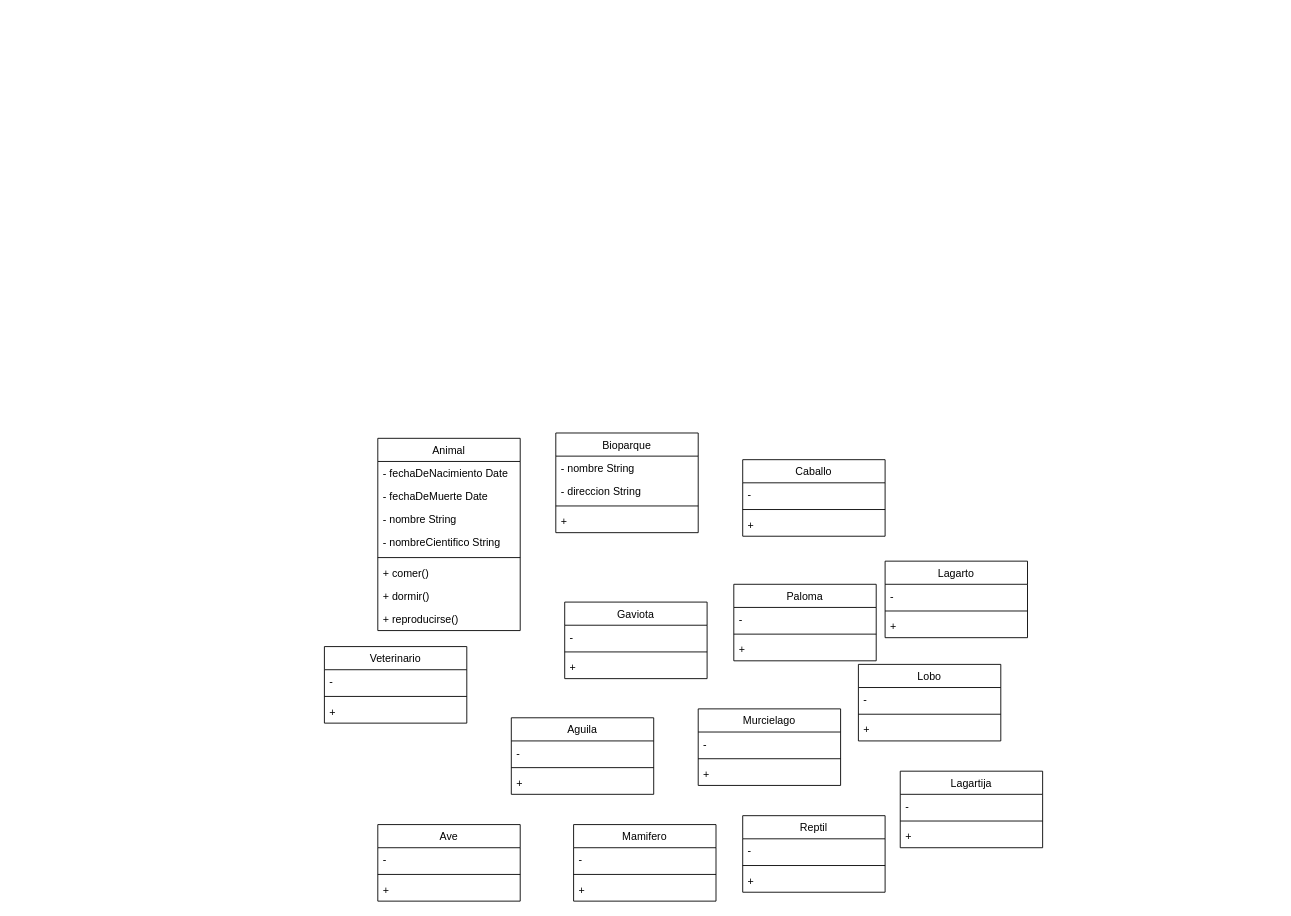
Above: Ej03-Bioparque.drawio in vimartinez/IntroduccionPOO-67954 (draw.io), before the change. Source tidied: cells renumbered, new cells numbered last; positions are measured from the earlier drawing's top-left corner, leaving out a move shared by most shapes. Both pictures are drawn from the tidied source at 89%, with x=0, y=0 at pixel (324, 433).
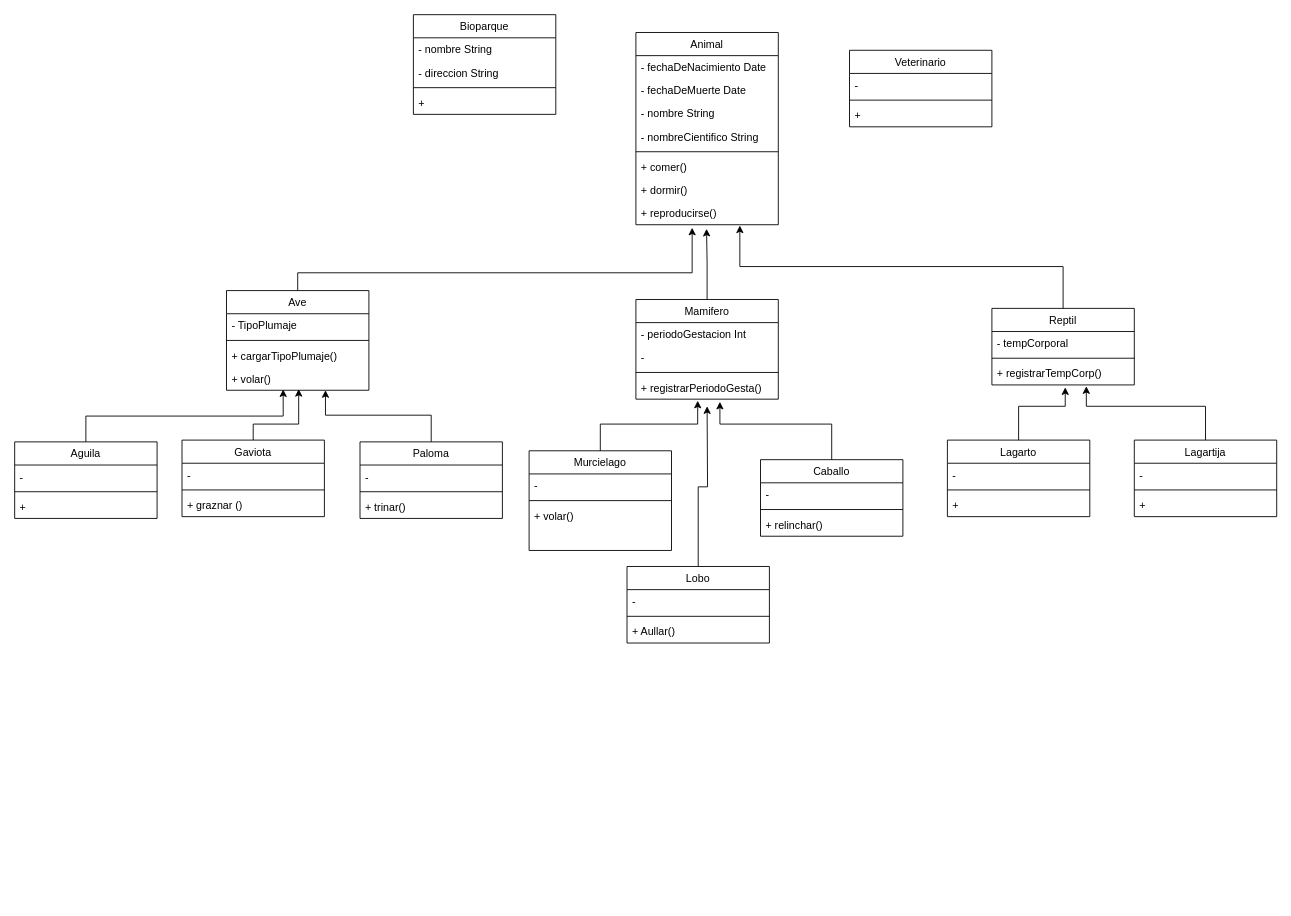
The same diagram, later.

Unchanged cells that the change refers to:
```xml
<mxCell id="10" value="+ reproducirse()" style="text;align=left;verticalAlign=top;spacingLeft=4;spacingRight=4;overflow=hidden;points=[[0,0.5],[1,0.5]];portConstraint=eastwest;" parent="2" vertex="1">
  <mxGeometry y="190" width="160" height="26" as="geometry" />
</mxCell>
```

What changed in the source:
```diff
@@
     <mxCell id="2" value="Animal" style="swimlane;fontStyle=0;align=center;verticalAlign=top;horizontal=1;startSize=26;rounded=0;shadow=0;strokeWidth=1;" parent="1" vertex="1">
-      <mxGeometry x="60" y="6" width="160" height="216" as="geometry" />
+      <mxGeometry x="350" y="-450" width="160" height="216" as="geometry" />
     </mxCell>
@@
     <mxCell id="11" value="Bioparque" style="swimlane;fontStyle=0;align=center;verticalAlign=top;horizontal=1;startSize=26;rounded=0;shadow=0;strokeWidth=1;" parent="1" vertex="1">
-      <mxGeometry x="260" width="160" height="112" as="geometry" />
+      <mxGeometry x="100" y="-470" width="160" height="112" as="geometry" />
     </mxCell>
@@
     <mxCell id="16" value="Veterinario" style="swimlane;fontStyle=0;align=center;verticalAlign=top;horizontal=1;startSize=26;rounded=0;shadow=0;strokeWidth=1;" parent="1" vertex="1">
-      <mxGeometry y="240" width="160" height="86" as="geometry" />
+      <mxGeometry x="590" y="-430" width="160" height="86" as="geometry" />
     </mxCell>
@@
+    <mxCell id="64" style="edgeStyle=orthogonalEdgeStyle;rounded=0;jettySize=auto;html=1;entryX=0.507;entryY=0.947;entryDx=0;entryDy=0;entryPerimeter=0;" parent="1" edge="1" source="20" target="47">
+      <mxGeometry relative="1" as="geometry">
+        <Array as="points">
+          <mxPoint x="-80" y="-10" />
+          <mxPoint x="-29" y="-10" />
+        </Array>
+      </mxGeometry>
+    </mxCell>
     <mxCell id="20" value="Gaviota" style="swimlane;fontStyle=0;align=center;verticalAlign=top;horizontal=1;startSize=26;rounded=0;shadow=0;strokeWidth=1;" parent="1" vertex="1">
-      <mxGeometry x="270" y="190" width="160" height="86" as="geometry" />
+      <mxGeometry x="-160" y="8" width="160" height="86" as="geometry" />
     </mxCell>
@@
-    <mxCell id="23" value="+" style="text;align=left;verticalAlign=top;spacingLeft=4;spacingRight=4;overflow=hidden;" parent="20" vertex="1">
+    <mxCell id="23" value="+ graznar ()" style="text;align=left;verticalAlign=top;spacingLeft=4;spacingRight=4;overflow=hidden;" parent="20" vertex="1">
       <mxGeometry y="60" width="160" height="26" as="geometry" />
     </mxCell>
+    <mxCell id="65" style="edgeStyle=orthogonalEdgeStyle;rounded=0;jettySize=auto;html=1;entryX=0.695;entryY=0.995;entryDx=0;entryDy=0;entryPerimeter=0;" parent="1" edge="1" source="24" target="47">
+      <mxGeometry relative="1" as="geometry">
+        <Array as="points">
+          <mxPoint x="120" y="-20" />
+          <mxPoint x="1" y="-20" />
+        </Array>
+      </mxGeometry>
+    </mxCell>
     <mxCell id="24" value="Paloma" style="swimlane;fontStyle=0;align=center;verticalAlign=top;horizontal=1;startSize=26;rounded=0;shadow=0;strokeWidth=1;" parent="1" vertex="1">
-      <mxGeometry x="460" y="170" width="160" height="86" as="geometry" />
+      <mxGeometry x="40" y="10" width="160" height="86" as="geometry" />
     </mxCell>
@@
-    <mxCell id="27" value="+" style="text;align=left;verticalAlign=top;spacingLeft=4;spacingRight=4;overflow=hidden;" parent="24" vertex="1">
+    <mxCell id="27" value="+ trinar()" style="text;align=left;verticalAlign=top;spacingLeft=4;spacingRight=4;overflow=hidden;" parent="24" vertex="1">
       <mxGeometry y="60" width="160" height="26" as="geometry" />
     </mxCell>
     <mxCell id="28" value="Caballo" style="swimlane;fontStyle=0;align=center;verticalAlign=top;horizontal=1;startSize=26;rounded=0;shadow=0;strokeWidth=1;" parent="1" vertex="1">
-      <mxGeometry x="470" y="30" width="160" height="86" as="geometry" />
+      <mxGeometry x="490" y="30" width="160" height="86" as="geometry" />
     </mxCell>
@@
-    <mxCell id="31" value="+" style="text;align=left;verticalAlign=top;spacingLeft=4;spacingRight=4;overflow=hidden;" parent="28" vertex="1">
+    <mxCell id="31" value="+ relinchar()" style="text;align=left;verticalAlign=top;spacingLeft=4;spacingRight=4;overflow=hidden;" parent="28" vertex="1">
       <mxGeometry y="60" width="160" height="26" as="geometry" />
     </mxCell>
     <mxCell id="32" value="Murcielago" style="swimlane;fontStyle=0;align=center;verticalAlign=top;horizontal=1;startSize=26;rounded=0;shadow=0;strokeWidth=1;" parent="1" vertex="1">
-      <mxGeometry x="420" y="310" width="160" height="86" as="geometry" />
+      <mxGeometry x="230" y="20" width="160" height="112" as="geometry" />
     </mxCell>
@@
-    <mxCell id="35" value="+" style="text;align=left;verticalAlign=top;spacingLeft=4;spacingRight=4;overflow=hidden;" parent="32" vertex="1">
-      <mxGeometry y="60" width="160" height="26" as="geometry" />
-    </mxCell>
+    <mxCell id="66" value="+ volar()" style="text;align=left;verticalAlign=top;spacingLeft=4;spacingRight=4;overflow=hidden;" parent="32" vertex="1">
+      <mxGeometry y="60" width="160" height="26" as="geometry" />
+    </mxCell>
     <mxCell id="36" value="Aguila" style="swimlane;fontStyle=0;align=center;verticalAlign=top;horizontal=1;startSize=26;rounded=0;shadow=0;strokeWidth=1;" parent="1" vertex="1">
-      <mxGeometry x="210" y="320" width="160" height="86" as="geometry" />
+      <mxGeometry x="-348" y="10" width="160" height="86" as="geometry" />
     </mxCell>
@@
     <mxCell id="40" value="Mamifero" style="swimlane;fontStyle=0;align=center;verticalAlign=top;horizontal=1;startSize=26;rounded=0;shadow=0;strokeWidth=1;" parent="1" vertex="1">
-      <mxGeometry x="280" y="440" width="160" height="86" as="geometry" />
+      <mxGeometry x="350" y="-150" width="160" height="112" as="geometry" />
     </mxCell>
+    <mxCell id="67" value="- periodoGestacion Int" style="text;align=left;verticalAlign=top;spacingLeft=4;spacingRight=4;overflow=hidden;" parent="40" vertex="1">
+      <mxGeometry y="26" width="160" height="26" as="geometry" />
+    </mxCell>
     <mxCell id="41" value="- " style="text;align=left;verticalAlign=top;spacingLeft=4;spacingRight=4;overflow=hidden;" parent="40" vertex="1">
-      <mxGeometry y="26" width="160" height="26" as="geometry" />
+      <mxGeometry y="52" width="160" height="26" as="geometry" />
     </mxCell>
     <mxCell id="42" style="line;html=1;strokeWidth=1;align=left;verticalAlign=middle;spacingTop=-1;spacingLeft=3;spacingRight=3;labelPosition=right;" parent="40" vertex="1">
-      <mxGeometry y="52" width="160" height="8" as="geometry" />
+      <mxGeometry y="78" width="160" height="8" as="geometry" />
     </mxCell>
-    <mxCell id="43" value="+" style="text;align=left;verticalAlign=top;spacingLeft=4;spacingRight=4;overflow=hidden;points=[[0,0.5],[1,0.5]];portConstraint=eastwest;" parent="40" vertex="1">
-      <mxGeometry y="60" width="160" height="26" as="geometry" />
+    <mxCell id="43" value="+ registrarPeriodoGesta()" style="text;align=left;verticalAlign=top;spacingLeft=4;spacingRight=4;overflow=hidden;points=[[0,0.5],[1,0.5]];portConstraint=eastwest;" parent="40" vertex="1">
+      <mxGeometry y="86" width="160" height="26" as="geometry" />
     </mxCell>
     <mxCell id="44" value="Ave" style="swimlane;fontStyle=0;align=center;verticalAlign=top;horizontal=1;startSize=26;rounded=0;shadow=0;strokeWidth=1;" parent="1" vertex="1">
-      <mxGeometry x="60" y="440" width="160" height="86" as="geometry" />
+      <mxGeometry x="-110" y="-160" width="160" height="112" as="geometry" />
     </mxCell>
-    <mxCell id="45" value="- " style="text;align=left;verticalAlign=top;spacingLeft=4;spacingRight=4;overflow=hidden;" parent="44" vertex="1">
+    <mxCell id="45" value="- TipoPlumaje" style="text;align=left;verticalAlign=top;spacingLeft=4;spacingRight=4;overflow=hidden;" parent="44" vertex="1">
       <mxGeometry y="26" width="160" height="26" as="geometry" />
     </mxCell>
@@
+    <mxCell id="68" value="+ cargarTipoPlumaje()" style="text;align=left;verticalAlign=top;spacingLeft=4;spacingRight=4;overflow=hidden;" parent="44" vertex="1">
+      <mxGeometry y="60" width="160" height="26" as="geometry" />
+    </mxCell>
-    <mxCell id="47" value="+" style="text;align=left;verticalAlign=top;spacingLeft=4;spacingRight=4;overflow=hidden;points=[[0,0.5],[1,0.5]];portConstraint=eastwest;" parent="44" vertex="1">
-      <mxGeometry y="60" width="160" height="26" as="geometry" />
+    <mxCell id="47" value="+ volar()" style="text;align=left;verticalAlign=top;spacingLeft=4;spacingRight=4;overflow=hidden;points=[[0,0.5],[1,0.5]];portConstraint=eastwest;" parent="44" vertex="1">
+      <mxGeometry y="86" width="160" height="26" as="geometry" />
     </mxCell>
     <mxCell id="48" value="Reptil" style="swimlane;fontStyle=0;align=center;verticalAlign=top;horizontal=1;startSize=26;rounded=0;shadow=0;strokeWidth=1;" parent="1" vertex="1">
-      <mxGeometry x="470" y="430" width="160" height="86" as="geometry" />
+      <mxGeometry x="750" y="-140" width="160" height="86" as="geometry" />
     </mxCell>
-    <mxCell id="49" value="- " style="text;align=left;verticalAlign=top;spacingLeft=4;spacingRight=4;overflow=hidden;" parent="48" vertex="1">
+    <mxCell id="49" value="- tempCorporal" style="text;align=left;verticalAlign=top;spacingLeft=4;spacingRight=4;overflow=hidden;" parent="48" vertex="1">
       <mxGeometry y="26" width="160" height="26" as="geometry" />
     </mxCell>
@@
-    <mxCell id="51" value="+" style="text;align=left;verticalAlign=top;spacingLeft=4;spacingRight=4;overflow=hidden;points=[[0,0.5],[1,0.5]];portConstraint=eastwest;" parent="48" vertex="1">
+    <mxCell id="51" value="+ registrarTempCorp()" style="text;align=left;verticalAlign=top;spacingLeft=4;spacingRight=4;overflow=hidden;points=[[0,0.5],[1,0.5]];portConstraint=eastwest;" parent="48" vertex="1">
       <mxGeometry y="60" width="160" height="26" as="geometry" />
     </mxCell>
+    <mxCell id="69" style="edgeStyle=orthogonalEdgeStyle;rounded=0;jettySize=auto;html=1;" parent="1" edge="1" source="52">
+      <mxGeometry relative="1" as="geometry">
+        <mxPoint x="430" y="-30" as="targetPoint" />
+      </mxGeometry>
+    </mxCell>
     <mxCell id="52" value="Lobo" style="swimlane;fontStyle=0;align=center;verticalAlign=top;horizontal=1;startSize=26;rounded=0;shadow=0;strokeWidth=1;" parent="1" vertex="1">
-      <mxGeometry x="600" y="260" width="160" height="86" as="geometry" />
+      <mxGeometry x="340" y="150" width="160" height="86" as="geometry" />
     </mxCell>
@@
-    <mxCell id="55" value="+" style="text;align=left;verticalAlign=top;spacingLeft=4;spacingRight=4;overflow=hidden;" parent="52" vertex="1">
+    <mxCell id="55" value="+ Aullar()" style="text;align=left;verticalAlign=top;spacingLeft=4;spacingRight=4;overflow=hidden;" parent="52" vertex="1">
       <mxGeometry y="60" width="160" height="26" as="geometry" />
     </mxCell>
     <mxCell id="56" value="Lagarto" style="swimlane;fontStyle=0;align=center;verticalAlign=top;horizontal=1;startSize=26;rounded=0;shadow=0;strokeWidth=1;" parent="1" vertex="1">
-      <mxGeometry x="630" y="144" width="160" height="86" as="geometry" />
+      <mxGeometry x="700" y="8" width="160" height="86" as="geometry" />
     </mxCell>
@@
     <mxCell id="60" value="Lagartija" style="swimlane;fontStyle=0;align=center;verticalAlign=top;horizontal=1;startSize=26;rounded=0;shadow=0;strokeWidth=1;" parent="1" vertex="1">
-      <mxGeometry x="647" y="380" width="160" height="86" as="geometry" />
+      <mxGeometry x="910" y="8" width="160" height="86" as="geometry" />
     </mxCell>
@@
+    <mxCell id="70" style="edgeStyle=orthogonalEdgeStyle;rounded=0;jettySize=auto;html=1;entryX=0.496;entryY=1.178;entryDx=0;entryDy=0;entryPerimeter=0;" parent="1" edge="1" source="40" target="10">
+      <mxGeometry relative="1" as="geometry">
+        <Array as="points">
+          <mxPoint x="430" y="-192" />
+          <mxPoint x="429" y="-229" />
+        </Array>
+      </mxGeometry>
+    </mxCell>
+    <mxCell id="71" style="edgeStyle=orthogonalEdgeStyle;rounded=0;jettySize=auto;html=1;entryX=0.59;entryY=1.115;entryDx=0;entryDy=0;entryPerimeter=0;" parent="1" edge="1" source="28" target="43">
+      <mxGeometry relative="1" as="geometry">
+        <Array as="points">
+          <mxPoint x="570" y="-10" />
+          <mxPoint x="444" y="-10" />
+        </Array>
+      </mxGeometry>
+    </mxCell>
+    <mxCell id="72" style="edgeStyle=orthogonalEdgeStyle;rounded=0;jettySize=auto;html=1;entryX=0.434;entryY=1.067;entryDx=0;entryDy=0;entryPerimeter=0;" parent="1" edge="1" source="32" target="43">
+      <mxGeometry relative="1" as="geometry">
+        <Array as="points">
+          <mxPoint x="310" y="-10" />
+          <mxPoint x="419" y="-10" />
+        </Array>
+      </mxGeometry>
+    </mxCell>
+    <mxCell id="73" style="edgeStyle=orthogonalEdgeStyle;rounded=0;jettySize=auto;html=1;entryX=0.395;entryY=1.13;entryDx=0;entryDy=0;entryPerimeter=0;" parent="1" edge="1" source="44" target="10">
+      <mxGeometry relative="1" as="geometry">
+        <Array as="points">
+          <mxPoint x="-30" y="-180" />
+          <mxPoint x="413" y="-180" />
+        </Array>
+      </mxGeometry>
+    </mxCell>
+    <mxCell id="74" style="edgeStyle=orthogonalEdgeStyle;rounded=0;jettySize=auto;html=1;entryX=0.73;entryY=1.034;entryDx=0;entryDy=0;entryPerimeter=0;" parent="1" edge="1" source="48" target="10">
+      <mxGeometry relative="1" as="geometry" />
+    </mxCell>
+    <mxCell id="75" style="edgeStyle=orthogonalEdgeStyle;rounded=0;jettySize=auto;html=1;entryX=0.398;entryY=0.962;entryDx=0;entryDy=0;entryPerimeter=0;" parent="1" edge="1" source="36" target="47">
+      <mxGeometry relative="1" as="geometry" />
+    </mxCell>
+    <mxCell id="76" style="edgeStyle=orthogonalEdgeStyle;rounded=0;jettySize=auto;html=1;entryX=0.515;entryY=1.106;entryDx=0;entryDy=0;entryPerimeter=0;" parent="1" edge="1" source="56" target="51">
+      <mxGeometry relative="1" as="geometry">
+        <Array as="points">
+          <mxPoint x="780" y="-30" />
+          <mxPoint x="832" y="-30" />
+        </Array>
+      </mxGeometry>
+    </mxCell>
+    <mxCell id="77" style="edgeStyle=orthogonalEdgeStyle;rounded=0;jettySize=auto;html=1;entryX=0.663;entryY=1.058;entryDx=0;entryDy=0;entryPerimeter=0;" parent="1" edge="1" source="60" target="51">
+      <mxGeometry relative="1" as="geometry">
+        <Array as="points">
+          <mxPoint x="990" y="-30" />
+          <mxPoint x="856" y="-30" />
+        </Array>
+      </mxGeometry>
+    </mxCell>
```
